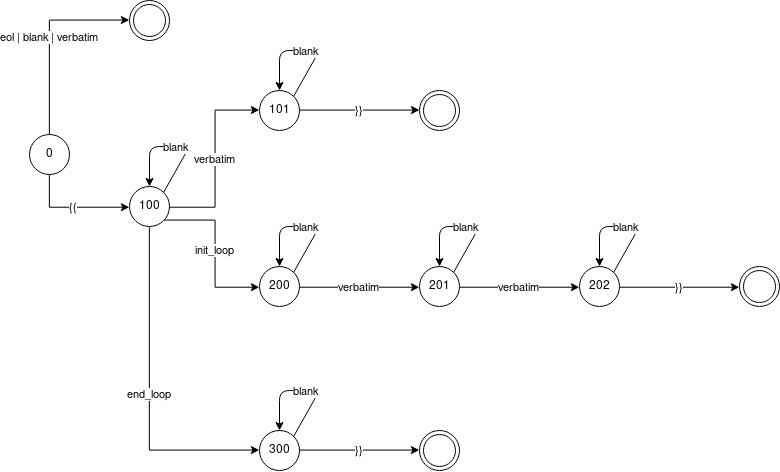
Earlier version of the draw.io export docs/images/parser_state_machine.png (loski07/template_engine). Source tidied: cells renumbered, new cells last; positions are measured from the earlier drawing's top-left corner, leaving out a move shared by most shapes. The source it was exported from:
```xml
<mxGraphModel background="#ffffff">
  <root>
    <mxCell id="0" />
    <mxCell id="1" parent="0" />
    <mxCell id="2" value="eol | blank | verbatim" style="edgeStyle=orthogonalEdgeStyle;rounded=0;jettySize=auto;html=1;exitX=0.5;exitY=0;exitDx=0;exitDy=0;entryX=0;entryY=0.5;entryDx=0;entryDy=0;" parent="1" edge="1" source="4" target="5">
      <mxGeometry relative="1" as="geometry" />
    </mxCell>
    <mxCell id="3" value="{{" style="edgeStyle=orthogonalEdgeStyle;rounded=0;jettySize=auto;html=1;exitX=0.5;exitY=1;exitDx=0;exitDy=0;entryX=0;entryY=0.5;entryDx=0;entryDy=0;" parent="1" edge="1" source="4" target="9">
      <mxGeometry relative="1" as="geometry" />
    </mxCell>
    <mxCell id="4" value="0" style="ellipse;whiteSpace=wrap;html=1;" parent="1" vertex="1">
      <mxGeometry y="134" width="40" height="40" as="geometry" />
    </mxCell>
    <mxCell id="5" style="ellipse;shape=doubleEllipse;whiteSpace=wrap;html=1;" parent="1" vertex="1">
      <mxGeometry x="100" width="40" height="40" as="geometry" />
    </mxCell>
    <mxCell id="6" value="&lt;div&gt;verbatim&lt;/div&gt;" style="edgeStyle=orthogonalEdgeStyle;rounded=0;jettySize=auto;html=1;exitX=1;exitY=0.5;exitDx=0;exitDy=0;entryX=0;entryY=0.5;entryDx=0;entryDy=0;" parent="1" edge="1" source="9" target="12">
      <mxGeometry relative="1" as="geometry" />
    </mxCell>
    <mxCell id="7" value="init_loop" style="edgeStyle=orthogonalEdgeStyle;rounded=0;jettySize=auto;html=1;exitX=1;exitY=1;exitDx=0;exitDy=0;entryX=0;entryY=0.5;entryDx=0;entryDy=0;" parent="1" edge="1" source="9" target="15">
      <mxGeometry relative="1" as="geometry" />
    </mxCell>
    <mxCell id="8" value="&lt;div&gt;end_loop&lt;/div&gt;" style="edgeStyle=orthogonalEdgeStyle;rounded=0;jettySize=auto;html=1;exitX=0.5;exitY=1;exitDx=0;exitDy=0;entryX=0;entryY=0.5;entryDx=0;entryDy=0;" parent="1" edge="1" source="9" target="26">
      <mxGeometry relative="1" as="geometry" />
    </mxCell>
    <mxCell id="9" value="100" style="ellipse;whiteSpace=wrap;html=1;" parent="1" vertex="1">
      <mxGeometry x="100" y="186" width="40" height="40" as="geometry" />
    </mxCell>
    <mxCell id="10" value="blank" style="endArrow=classic;html=1;exitX=1;exitY=0;exitDx=0;exitDy=0;entryX=0.5;entryY=0;entryDx=0;entryDy=0;" parent="1" edge="1" source="9" target="9">
      <mxGeometry relative="1" as="geometry">
        <Array as="points">
          <mxPoint x="160" y="146" />
          <mxPoint x="120" y="146" />
        </Array>
      </mxGeometry>
    </mxCell>
    <mxCell id="11" value="}}" style="edgeStyle=orthogonalEdgeStyle;rounded=0;jettySize=auto;html=1;exitX=1;exitY=0.5;exitDx=0;exitDy=0;" parent="1" edge="1" source="12" target="24">
      <mxGeometry relative="1" as="geometry" />
    </mxCell>
    <mxCell id="12" value="101" style="ellipse;whiteSpace=wrap;html=1;" parent="1" vertex="1">
      <mxGeometry x="230" y="90" width="40" height="40" as="geometry" />
    </mxCell>
    <mxCell id="13" value="blank" style="endArrow=classic;html=1;exitX=1;exitY=0;exitDx=0;exitDy=0;entryX=0.5;entryY=0;entryDx=0;entryDy=0;" parent="1" edge="1" source="12" target="12">
      <mxGeometry relative="1" as="geometry">
        <Array as="points">
          <mxPoint x="290" y="50" />
          <mxPoint x="250" y="50" />
        </Array>
      </mxGeometry>
    </mxCell>
    <mxCell id="14" value="verbatim" style="edgeStyle=orthogonalEdgeStyle;rounded=0;jettySize=auto;html=1;exitX=1;exitY=0.5;exitDx=0;exitDy=0;entryX=0;entryY=0.5;entryDx=0;entryDy=0;" parent="1" edge="1" source="15" target="18">
      <mxGeometry relative="1" as="geometry" />
    </mxCell>
    <mxCell id="15" value="200" style="ellipse;whiteSpace=wrap;html=1;" parent="1" vertex="1">
      <mxGeometry x="230" y="266" width="40" height="40" as="geometry" />
    </mxCell>
    <mxCell id="16" value="blank" style="endArrow=classic;html=1;exitX=1;exitY=0;exitDx=0;exitDy=0;entryX=0.5;entryY=0;entryDx=0;entryDy=0;" parent="1" edge="1" source="15" target="15">
      <mxGeometry relative="1" as="geometry">
        <Array as="points">
          <mxPoint x="290" y="226" />
          <mxPoint x="250" y="226" />
        </Array>
      </mxGeometry>
    </mxCell>
    <mxCell id="17" value="&lt;div&gt;verbatim&lt;/div&gt;" style="edgeStyle=orthogonalEdgeStyle;rounded=0;jettySize=auto;html=1;exitX=1;exitY=0.5;exitDx=0;exitDy=0;entryX=0;entryY=0.5;entryDx=0;entryDy=0;" parent="1" edge="1" source="18" target="21">
      <mxGeometry relative="1" as="geometry" />
    </mxCell>
    <mxCell id="18" value="201" style="ellipse;whiteSpace=wrap;html=1;" parent="1" vertex="1">
      <mxGeometry x="390" y="266" width="40" height="40" as="geometry" />
    </mxCell>
    <mxCell id="19" value="blank" style="endArrow=classic;html=1;exitX=1;exitY=0;exitDx=0;exitDy=0;entryX=0.5;entryY=0;entryDx=0;entryDy=0;" parent="1" edge="1" source="18" target="18">
      <mxGeometry relative="1" as="geometry">
        <Array as="points">
          <mxPoint x="450" y="226" />
          <mxPoint x="410" y="226" />
        </Array>
      </mxGeometry>
    </mxCell>
    <mxCell id="20" value="}}" style="edgeStyle=orthogonalEdgeStyle;rounded=0;jettySize=auto;html=1;exitX=1;exitY=0.5;exitDx=0;exitDy=0;entryX=0;entryY=0.5;entryDx=0;entryDy=0;" parent="1" edge="1" source="21" target="23">
      <mxGeometry relative="1" as="geometry" />
    </mxCell>
    <mxCell id="21" value="202" style="ellipse;whiteSpace=wrap;html=1;" parent="1" vertex="1">
      <mxGeometry x="550" y="266" width="40" height="40" as="geometry" />
    </mxCell>
    <mxCell id="22" value="blank" style="endArrow=classic;html=1;exitX=1;exitY=0;exitDx=0;exitDy=0;entryX=0.5;entryY=0;entryDx=0;entryDy=0;" parent="1" edge="1" source="21" target="21">
      <mxGeometry relative="1" as="geometry">
        <Array as="points">
          <mxPoint x="610" y="226" />
          <mxPoint x="570" y="226" />
        </Array>
      </mxGeometry>
    </mxCell>
    <mxCell id="23" style="ellipse;shape=doubleEllipse;whiteSpace=wrap;html=1;" parent="1" vertex="1">
      <mxGeometry x="710" y="266" width="40" height="40" as="geometry" />
    </mxCell>
    <mxCell id="24" style="ellipse;shape=doubleEllipse;whiteSpace=wrap;html=1;" parent="1" vertex="1">
      <mxGeometry x="390" y="90" width="40" height="40" as="geometry" />
    </mxCell>
    <mxCell id="25" value="}}" style="edgeStyle=orthogonalEdgeStyle;rounded=0;jettySize=auto;html=1;exitX=1;exitY=0.5;exitDx=0;exitDy=0;entryX=0;entryY=0.5;entryDx=0;entryDy=0;" parent="1" edge="1" source="26" target="28">
      <mxGeometry relative="1" as="geometry" />
    </mxCell>
    <mxCell id="26" value="300" style="ellipse;whiteSpace=wrap;html=1;" parent="1" vertex="1">
      <mxGeometry x="230" y="430" width="40" height="40" as="geometry" />
    </mxCell>
    <mxCell id="27" value="blank" style="endArrow=classic;html=1;exitX=1;exitY=0;exitDx=0;exitDy=0;entryX=0.5;entryY=0;entryDx=0;entryDy=0;" parent="1" edge="1" source="26" target="26">
      <mxGeometry relative="1" as="geometry">
        <Array as="points">
          <mxPoint x="290" y="390" />
          <mxPoint x="250" y="390" />
        </Array>
      </mxGeometry>
    </mxCell>
    <mxCell id="28" style="ellipse;shape=doubleEllipse;whiteSpace=wrap;html=1;" parent="1" vertex="1">
      <mxGeometry x="390" y="430" width="40" height="40" as="geometry" />
    </mxCell>
  </root>
</mxGraphModel>
```
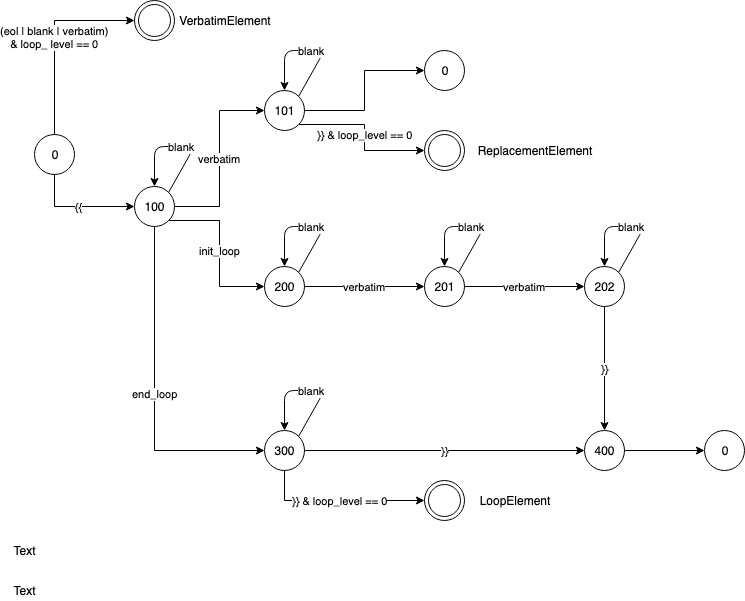
Above is the later version.

What changed in the source:
```diff
@@ -2,7 +2,7 @@
   <root>
     <mxCell id="0" />
     <mxCell id="1" parent="0" />
-    <mxCell id="2" value="eol | blank | verbatim" style="edgeStyle=orthogonalEdgeStyle;rounded=0;jettySize=auto;html=1;exitX=0.5;exitY=0;exitDx=0;exitDy=0;entryX=0;entryY=0.5;entryDx=0;entryDy=0;" parent="1" edge="1" source="4" target="5">
+    <mxCell id="2" value="&lt;div&gt;(eol | blank | verbatim)&lt;/div&gt;&lt;div&gt; &amp;amp; loop_ level == 0&lt;/div&gt;" style="edgeStyle=orthogonalEdgeStyle;rounded=0;jettySize=auto;html=1;exitX=0.5;exitY=0;exitDx=0;exitDy=0;entryX=0;entryY=0.5;entryDx=0;entryDy=0;" parent="1" edge="1" source="4" target="5">
       <mxGeometry relative="1" as="geometry" />
     </mxCell>
     <mxCell id="3" value="{{" style="edgeStyle=orthogonalEdgeStyle;rounded=0;jettySize=auto;html=1;exitX=0.5;exitY=1;exitDx=0;exitDy=0;entryX=0;entryY=0.5;entryDx=0;entryDy=0;" parent="1" edge="1" source="4" target="9">
@@ -11,7 +11,7 @@
     <mxCell id="4" value="0" style="ellipse;whiteSpace=wrap;html=1;" parent="1" vertex="1">
       <mxGeometry y="134" width="40" height="40" as="geometry" />
     </mxCell>
-    <mxCell id="5" style="ellipse;shape=doubleEllipse;whiteSpace=wrap;html=1;" parent="1" vertex="1">
+    <mxCell id="5" value="&lt;div&gt;&lt;br&gt;&lt;/div&gt;&lt;div&gt;&lt;br&gt;&lt;/div&gt;" style="ellipse;shape=doubleEllipse;whiteSpace=wrap;html=1;verticalAlign=bottom;" parent="1" vertex="1">
       <mxGeometry x="100" width="40" height="40" as="geometry" />
     </mxCell>
     <mxCell id="6" value="&lt;div&gt;verbatim&lt;/div&gt;" style="edgeStyle=orthogonalEdgeStyle;rounded=0;jettySize=auto;html=1;exitX=1;exitY=0.5;exitDx=0;exitDy=0;entryX=0;entryY=0.5;entryDx=0;entryDy=0;" parent="1" edge="1" source="9" target="12">
@@ -34,9 +34,12 @@
         </Array>
       </mxGeometry>
     </mxCell>
-    <mxCell id="11" value="}}" style="edgeStyle=orthogonalEdgeStyle;rounded=0;jettySize=auto;html=1;exitX=1;exitY=0.5;exitDx=0;exitDy=0;" parent="1" edge="1" source="12" target="24">
+    <mxCell id="11" value="&lt;div&gt;}} &amp;amp; loop_level == 0&lt;/div&gt;" style="edgeStyle=orthogonalEdgeStyle;rounded=0;jettySize=auto;html=1;exitX=1;exitY=1;exitDx=0;exitDy=0;" parent="1" edge="1" source="12" target="24">
       <mxGeometry relative="1" as="geometry" />
     </mxCell>
+    <mxCell id="29" style="edgeStyle=orthogonalEdgeStyle;rounded=0;jettySize=auto;html=1;entryX=0;entryY=0.5;entryDx=0;entryDy=0;" parent="1" edge="1" source="12" target="34">
+      <mxGeometry relative="1" as="geometry" />
+    </mxCell>
     <mxCell id="12" value="101" style="ellipse;whiteSpace=wrap;html=1;" parent="1" vertex="1">
       <mxGeometry x="230" y="90" width="40" height="40" as="geometry" />
     </mxCell>
@@ -76,9 +79,9 @@
         </Array>
       </mxGeometry>
     </mxCell>
-    <mxCell id="20" value="}}" style="edgeStyle=orthogonalEdgeStyle;rounded=0;jettySize=auto;html=1;exitX=1;exitY=0.5;exitDx=0;exitDy=0;entryX=0;entryY=0.5;entryDx=0;entryDy=0;" parent="1" edge="1" source="21" target="23">
-      <mxGeometry relative="1" as="geometry" />
-    </mxCell>
+    <mxCell id="30" value="}}" style="edgeStyle=orthogonalEdgeStyle;rounded=0;jettySize=auto;html=1;exitX=0.5;exitY=1;exitDx=0;exitDy=0;" parent="1" edge="1" source="21" target="33">
+      <mxGeometry relative="1" as="geometry" />
+    </mxCell>
     <mxCell id="21" value="202" style="ellipse;whiteSpace=wrap;html=1;" parent="1" vertex="1">
       <mxGeometry x="550" y="266" width="40" height="40" as="geometry" />
     </mxCell>
@@ -90,15 +93,19 @@
         </Array>
       </mxGeometry>
     </mxCell>
-    <mxCell id="23" style="ellipse;shape=doubleEllipse;whiteSpace=wrap;html=1;" parent="1" vertex="1">
-      <mxGeometry x="710" y="266" width="40" height="40" as="geometry" />
-    </mxCell>
     <mxCell id="24" style="ellipse;shape=doubleEllipse;whiteSpace=wrap;html=1;" parent="1" vertex="1">
-      <mxGeometry x="390" y="90" width="40" height="40" as="geometry" />
+      <mxGeometry x="390" y="130" width="40" height="40" as="geometry" />
     </mxCell>
-    <mxCell id="25" value="}}" style="edgeStyle=orthogonalEdgeStyle;rounded=0;jettySize=auto;html=1;exitX=1;exitY=0.5;exitDx=0;exitDy=0;entryX=0;entryY=0.5;entryDx=0;entryDy=0;" parent="1" edge="1" source="26" target="28">
-      <mxGeometry relative="1" as="geometry" />
+    <mxCell id="25" value="&lt;div&gt;}} &amp;amp; loop_level == 0&lt;/div&gt;" style="edgeStyle=orthogonalEdgeStyle;rounded=0;jettySize=auto;html=1;exitX=0.5;exitY=1;exitDx=0;exitDy=0;entryX=0;entryY=0.5;entryDx=0;entryDy=0;" parent="1" edge="1" source="26" target="28">
+      <mxGeometry relative="1" as="geometry">
+        <Array as="points">
+          <mxPoint x="250" y="500" />
+        </Array>
+      </mxGeometry>
     </mxCell>
+    <mxCell id="31" value="}}" style="edgeStyle=orthogonalEdgeStyle;rounded=0;jettySize=auto;html=1;" parent="1" edge="1" source="26" target="33">
+      <mxGeometry relative="1" as="geometry" />
+    </mxCell>
     <mxCell id="26" value="300" style="ellipse;whiteSpace=wrap;html=1;" parent="1" vertex="1">
       <mxGeometry x="230" y="430" width="40" height="40" as="geometry" />
     </mxCell>
@@ -111,7 +118,34 @@
       </mxGeometry>
     </mxCell>
     <mxCell id="28" style="ellipse;shape=doubleEllipse;whiteSpace=wrap;html=1;" parent="1" vertex="1">
-      <mxGeometry x="390" y="430" width="40" height="40" as="geometry" />
+      <mxGeometry x="390" y="480" width="40" height="40" as="geometry" />
     </mxCell>
+    <mxCell id="32" style="edgeStyle=orthogonalEdgeStyle;rounded=0;jettySize=auto;html=1;exitX=1;exitY=0.5;exitDx=0;exitDy=0;" parent="1" edge="1" source="33" target="35">
+      <mxGeometry relative="1" as="geometry" />
+    </mxCell>
+    <mxCell id="33" value="400" style="ellipse;whiteSpace=wrap;html=1;" parent="1" vertex="1">
+      <mxGeometry x="550" y="430" width="40" height="40" as="geometry" />
+    </mxCell>
+    <mxCell id="34" value="0" style="ellipse;whiteSpace=wrap;html=1;" parent="1" vertex="1">
+      <mxGeometry x="390" y="50" width="40" height="40" as="geometry" />
+    </mxCell>
+    <mxCell id="35" value="0" style="ellipse;whiteSpace=wrap;html=1;" parent="1" vertex="1">
+      <mxGeometry x="670" y="430" width="40" height="40" as="geometry" />
+    </mxCell>
+    <mxCell id="36" value="Text" style="text;html=1;strokeColor=none;fillColor=none;align=center;verticalAlign=middle;whiteSpace=wrap;rounded=0;" parent="1" vertex="1">
+      <mxGeometry x="-30" y="540" width="40" height="20" as="geometry" />
+    </mxCell>
+    <mxCell id="37" value="&lt;div&gt;VerbatimElement&lt;/div&gt;" style="text;html=1;strokeColor=none;fillColor=none;align=center;verticalAlign=middle;whiteSpace=wrap;rounded=0;" parent="1" vertex="1">
+      <mxGeometry x="170" y="10" width="40" height="20" as="geometry" />
+    </mxCell>
+    <mxCell id="38" value="Text" style="text;html=1;strokeColor=none;fillColor=none;align=center;verticalAlign=middle;whiteSpace=wrap;rounded=0;" parent="1" vertex="1">
+      <mxGeometry x="-30" y="580" width="40" height="20" as="geometry" />
+    </mxCell>
+    <mxCell id="39" value="&lt;div&gt;ReplacementElement&lt;/div&gt;" style="text;html=1;strokeColor=none;fillColor=none;align=center;verticalAlign=middle;whiteSpace=wrap;rounded=0;" parent="1" vertex="1">
+      <mxGeometry x="480" y="140" width="40" height="20" as="geometry" />
+    </mxCell>
+    <mxCell id="40" value="LoopElement" style="text;html=1;strokeColor=none;fillColor=none;align=center;verticalAlign=middle;whiteSpace=wrap;rounded=0;" parent="1" vertex="1">
+      <mxGeometry x="460" y="490" width="40" height="20" as="geometry" />
+    </mxCell>
   </root>
 </mxGraphModel>
```
